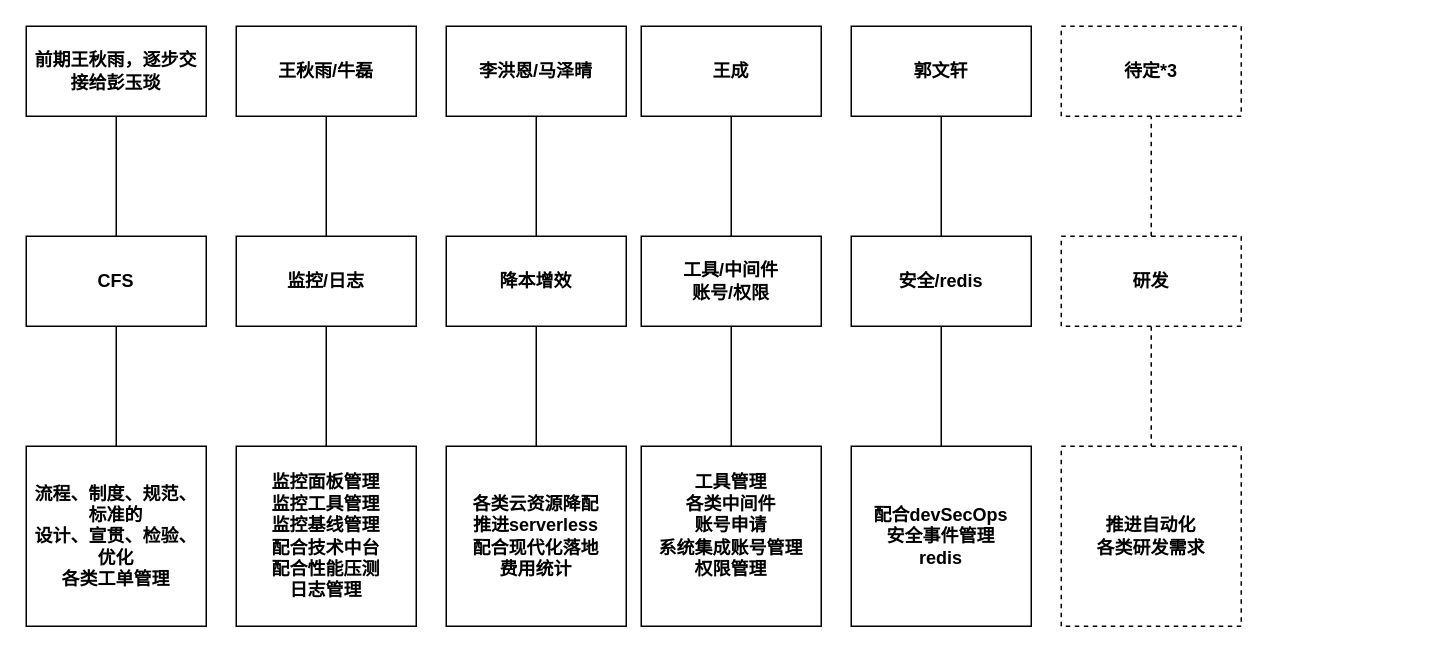
Earlier version of the draw.io diagram Untitled Diagram.drawio (463024907/draw.io). Source tidied: cells renumbered, new cells numbered last; positions are measured from the earlier drawing's top-left corner, leaving out a move shared by most shapes. Both pictures are drawn from the tidied source at 150%, with x=0, y=0 at pixel (26, 26).
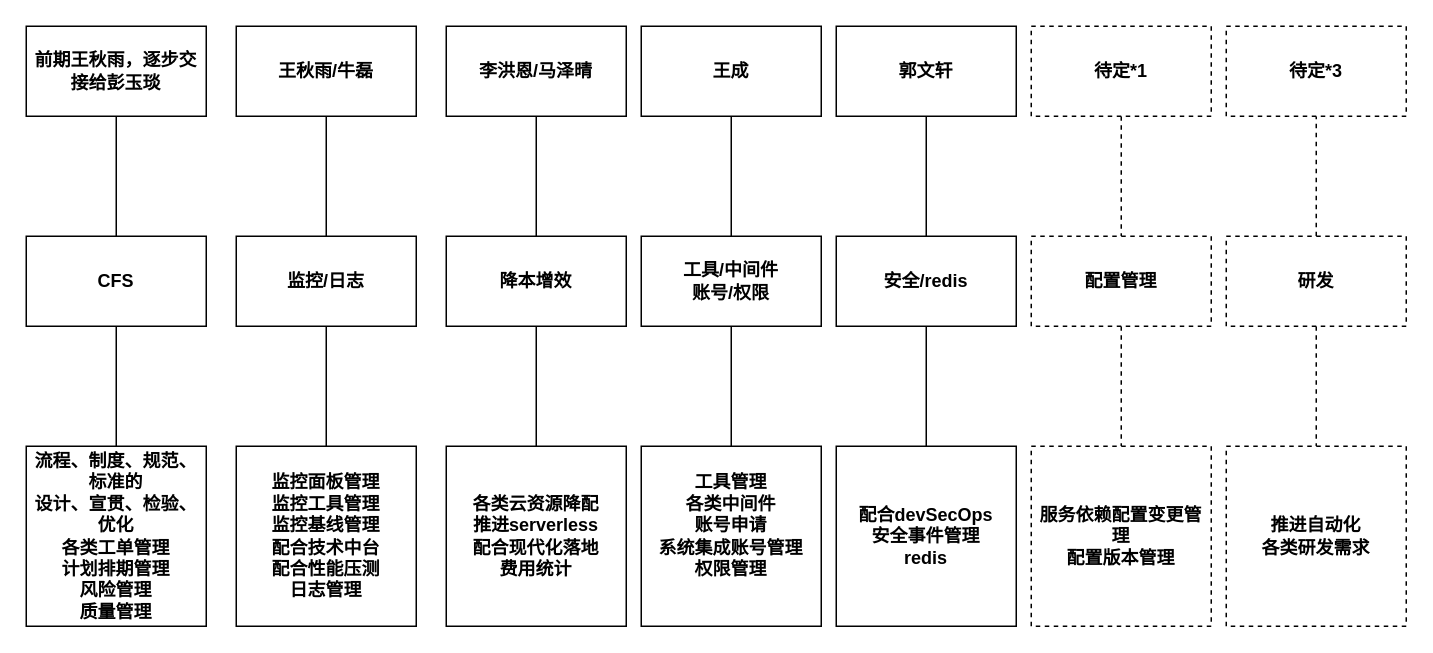
Above is the later version.

Diff of the diagram source:
```diff
@@
     <mxCell id="16" value="&lt;b&gt;安全/redis&lt;/b&gt;" style="whiteSpace=wrap;html=1;align=center;newEdgeStyle={&quot;edgeStyle&quot;:&quot;elbowEdgeStyle&quot;,&quot;startArrow&quot;:&quot;none&quot;,&quot;endArrow&quot;:&quot;none&quot;};" parent="1" vertex="1">
-      <mxGeometry x="550" y="140" width="120" height="60" as="geometry" />
+      <mxGeometry x="540" y="140" width="120" height="60" as="geometry" />
     </mxCell>
@@
-    <mxCell id="19" value="&lt;b&gt;流程、制度、规范、标准的&lt;br&gt;设计、宣贯、检验、优化&lt;br&gt;各类工单管理&lt;br&gt;&lt;/b&gt;" style="whiteSpace=wrap;html=1;align=center;newEdgeStyle={&quot;edgeStyle&quot;:&quot;elbowEdgeStyle&quot;,&quot;startArrow&quot;:&quot;none&quot;,&quot;endArrow&quot;:&quot;none&quot;};" parent="1" vertex="1">
+    <mxCell id="19" value="&lt;b&gt;流程、制度、规范、标准的&lt;br&gt;设计、宣贯、检验、优化&lt;br&gt;各类工单管理&lt;br&gt;计划排期管理&lt;br&gt;风险管理&lt;br&gt;质量管理&lt;br&gt;&lt;/b&gt;" style="whiteSpace=wrap;html=1;align=center;newEdgeStyle={&quot;edgeStyle&quot;:&quot;elbowEdgeStyle&quot;,&quot;startArrow&quot;:&quot;none&quot;,&quot;endArrow&quot;:&quot;none&quot;};" parent="1" vertex="1">
       <mxGeometry y="280" width="120" height="120" as="geometry" />
     </mxCell>
@@
     <mxCell id="21" value="&lt;b&gt;配合devSecOps&lt;br&gt;安全事件管理&lt;br&gt;redis&lt;br&gt;&lt;/b&gt;" style="whiteSpace=wrap;html=1;align=center;newEdgeStyle={&quot;edgeStyle&quot;:&quot;elbowEdgeStyle&quot;,&quot;startArrow&quot;:&quot;none&quot;,&quot;endArrow&quot;:&quot;none&quot;};" parent="1" vertex="1">
-      <mxGeometry x="550" y="280" width="120" height="120" as="geometry" />
+      <mxGeometry x="540" y="280" width="120" height="120" as="geometry" />
     </mxCell>
@@
     <mxCell id="26" value="&lt;b&gt;郭文轩&lt;/b&gt;" style="whiteSpace=wrap;html=1;align=center;newEdgeStyle={&quot;edgeStyle&quot;:&quot;elbowEdgeStyle&quot;,&quot;startArrow&quot;:&quot;none&quot;,&quot;endArrow&quot;:&quot;none&quot;};" parent="1" vertex="1" collapsed="1">
-      <mxGeometry x="550" width="120" height="60" as="geometry" />
+      <mxGeometry x="540" width="120" height="60" as="geometry" />
     </mxCell>
@@
     <mxCell id="29" value="&lt;b&gt;研发&lt;/b&gt;" style="whiteSpace=wrap;html=1;align=center;newEdgeStyle={&quot;edgeStyle&quot;:&quot;elbowEdgeStyle&quot;,&quot;startArrow&quot;:&quot;none&quot;,&quot;endArrow&quot;:&quot;none&quot;};dashed=1;" parent="1" vertex="1">
-      <mxGeometry x="690" y="140" width="120" height="60" as="geometry" />
+      <mxGeometry x="800" y="140" width="120" height="60" as="geometry" />
     </mxCell>
     <mxCell id="30" value="&lt;b&gt;待定*3&lt;/b&gt;" style="whiteSpace=wrap;html=1;align=center;newEdgeStyle={&quot;edgeStyle&quot;:&quot;elbowEdgeStyle&quot;,&quot;startArrow&quot;:&quot;none&quot;,&quot;endArrow&quot;:&quot;none&quot;};dashed=1;" parent="1" vertex="1">
-      <mxGeometry x="690" width="120" height="60" as="geometry" />
+      <mxGeometry x="800" width="120" height="60" as="geometry" />
     </mxCell>
     <mxCell id="31" value="&lt;b&gt;推进自动化&lt;br&gt;各类研发需求&lt;/b&gt;" style="whiteSpace=wrap;html=1;align=center;newEdgeStyle={&quot;edgeStyle&quot;:&quot;elbowEdgeStyle&quot;,&quot;startArrow&quot;:&quot;none&quot;,&quot;endArrow&quot;:&quot;none&quot;};dashed=1;" parent="1" vertex="1">
-      <mxGeometry x="690" y="280" width="120" height="120" as="geometry" />
+      <mxGeometry x="800" y="280" width="120" height="120" as="geometry" />
     </mxCell>
+    <mxCell id="32" style="edgeStyle=elbowEdgeStyle;rounded=0;jettySize=auto;html=1;elbow=vertical;startArrow=none;endArrow=none;dashed=1;" parent="1" edge="1" source="33" target="35">
+      <mxGeometry relative="1" as="geometry" />
+    </mxCell>
+    <mxCell id="33" value="&lt;b&gt;待定*1&lt;/b&gt;" style="whiteSpace=wrap;html=1;align=center;newEdgeStyle={&quot;edgeStyle&quot;:&quot;elbowEdgeStyle&quot;,&quot;startArrow&quot;:&quot;none&quot;,&quot;endArrow&quot;:&quot;none&quot;};dashed=1;" parent="1" vertex="1" collapsed="1">
+      <mxGeometry x="670" width="120" height="60" as="geometry" />
+    </mxCell>
+    <mxCell id="34" style="edgeStyle=elbowEdgeStyle;rounded=0;jettySize=auto;html=1;elbow=vertical;startArrow=none;endArrow=none;dashed=1;" parent="1" edge="1" source="35" target="36">
+      <mxGeometry relative="1" as="geometry" />
+    </mxCell>
+    <mxCell id="35" value="&lt;b&gt;配置管理&lt;/b&gt;" style="whiteSpace=wrap;html=1;align=center;newEdgeStyle={&quot;edgeStyle&quot;:&quot;elbowEdgeStyle&quot;,&quot;startArrow&quot;:&quot;none&quot;,&quot;endArrow&quot;:&quot;none&quot;};dashed=1;" parent="1" vertex="1">
+      <mxGeometry x="670" y="140" width="120" height="60" as="geometry" />
+    </mxCell>
+    <mxCell id="36" value="&lt;b&gt;服务依赖配置变更管理&lt;br&gt;配置版本管理&lt;/b&gt;" style="whiteSpace=wrap;html=1;align=center;newEdgeStyle={&quot;edgeStyle&quot;:&quot;elbowEdgeStyle&quot;,&quot;startArrow&quot;:&quot;none&quot;,&quot;endArrow&quot;:&quot;none&quot;};dashed=1;" parent="1" vertex="1">
+      <mxGeometry x="670" y="280" width="120" height="120" as="geometry" />
+    </mxCell>
```
